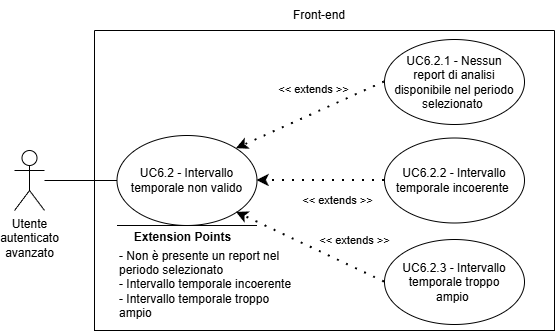
Above: assets/diagrams/UC6_2.png in SkarabGroup/DocumentazioneProgetto (draw.io), before the change. Source tidied: cells renumbered, new cells last; positions are measured from the earlier drawing's top-left corner, leaving out a move shared by most shapes. Source of this version:
```xml
<mxGraphModel>
  <root>
    <mxCell id="0" />
    <mxCell id="1" parent="0" />
    <mxCell id="2" value="Utente&lt;div&gt;&lt;span style=&quot;background-color: transparent; color: light-dark(rgb(0, 0, 0), rgb(255, 255, 255));&quot;&gt;autenticato&lt;/span&gt;&lt;/div&gt;&lt;div&gt;&lt;span style=&quot;background-color: transparent; color: light-dark(rgb(0, 0, 0), rgb(255, 255, 255));&quot;&gt;avanzato&lt;/span&gt;&lt;/div&gt;" style="shape=umlActor;verticalLabelPosition=bottom;verticalAlign=top;html=1;outlineConnect=0;align=center;" parent="1" vertex="1">
      <mxGeometry y="150" width="30" height="60" as="geometry" />
    </mxCell>
    <mxCell id="3" style="swimlane;startSize=0;" parent="1" vertex="1">
      <mxGeometry x="80" y="30" width="460" height="300" as="geometry" />
    </mxCell>
    <mxCell id="4" style="ellipse;whiteSpace=wrap;html=1;" parent="3" vertex="1">
      <mxGeometry x="22.5" y="105" width="140" height="90" as="geometry" />
    </mxCell>
    <mxCell id="5" value="&lt;div style=&quot;&quot;&gt;UC6.2 - Intervallo temporale non valido&lt;/div&gt;" style="text;html=1;align=center;verticalAlign=middle;whiteSpace=wrap;rounded=0;" parent="3" vertex="1">
      <mxGeometry x="35" y="115" width="115" height="70" as="geometry" />
    </mxCell>
    <mxCell id="6" style="ellipse;whiteSpace=wrap;html=1;" parent="3" vertex="1">
      <mxGeometry x="290" y="9" width="140" height="85" as="geometry" />
    </mxCell>
    <mxCell id="7" value="UC6.2.1 -&amp;nbsp;&lt;span style=&quot;text-align: left;&quot;&gt;Nessun report di analisi disponibile nel periodo selezionato&lt;/span&gt;&amp;nbsp;" style="text;html=1;align=center;verticalAlign=middle;whiteSpace=wrap;rounded=0;" parent="3" vertex="1">
      <mxGeometry x="295" y="16.5" width="130" height="70" as="geometry" />
    </mxCell>
    <mxCell id="8" value="&amp;lt;&amp;lt; extends &amp;gt;&amp;gt;" style="endArrow=classic;startArrow=none;endFill=1;startFill=0;html=1;verticalAlign=bottom;dashed=1;labelBackgroundColor=none;rounded=0;dashPattern=1 4;curved=0;endSize=6;strokeWidth=2;entryX=1;entryY=1;entryDx=0;entryDy=0;exitX=0;exitY=0.5;exitDx=0;exitDy=0;" parent="3" edge="1" source="9" target="4">
      <mxGeometry x="-0.5" y="-17" relative="1" as="geometry" />
    </mxCell>
    <mxCell id="9" style="ellipse;whiteSpace=wrap;html=1;" parent="3" vertex="1">
      <mxGeometry x="290" y="209" width="140" height="85" as="geometry" />
    </mxCell>
    <mxCell id="10" value="UC6.2.3 - Intervallo temporale troppo ampio&amp;nbsp;" style="text;html=1;align=center;verticalAlign=middle;whiteSpace=wrap;rounded=0;" parent="3" vertex="1">
      <mxGeometry x="295" y="216.5" width="130" height="70" as="geometry" />
    </mxCell>
    <mxCell id="11" style="endArrow=none;html=1;rounded=0;" parent="3" edge="1">
      <mxGeometry relative="1" as="geometry">
        <mxPoint x="22.5" y="195" as="sourcePoint" />
        <mxPoint x="162.5" y="195" as="targetPoint" />
      </mxGeometry>
    </mxCell>
    <mxCell id="12" value="&lt;b&gt;&lt;font style=&quot;font-size: 12px;&quot;&gt;Extension Points&lt;/font&gt;&lt;/b&gt;" style="edgeLabel;html=1;align=center;verticalAlign=middle;" parent="11" vertex="1">
      <mxGeometry x="0.65" relative="1" as="geometry">
        <mxPoint x="-50" y="11" as="offset" />
      </mxGeometry>
    </mxCell>
    <mxCell id="13" value="&lt;font style=&quot;font-size: 12px;&quot;&gt;- Non è presente un report nel periodo selezionato&lt;br&gt;&lt;/font&gt;&lt;div&gt;&lt;font style=&quot;font-size: 12px;&quot;&gt;- Intervallo temporale incoerente&lt;/font&gt;&lt;/div&gt;&lt;div&gt;&lt;font style=&quot;font-size: 12px;&quot;&gt;- Intervallo temporale troppo ampio&lt;/font&gt;&lt;/div&gt;" style="text;html=1;align=left;verticalAlign=middle;whiteSpace=wrap;rounded=0;" parent="3" vertex="1">
      <mxGeometry x="22.5" y="239" width="177.5" height="30" as="geometry" />
    </mxCell>
    <mxCell id="14" value="&amp;lt;&amp;lt; extends &amp;gt;&amp;gt;" style="endArrow=classic;startArrow=none;endFill=1;startFill=0;html=1;verticalAlign=bottom;dashed=1;labelBackgroundColor=none;rounded=0;dashPattern=1 4;curved=0;endSize=6;strokeWidth=2;entryX=1;entryY=0;entryDx=0;entryDy=0;exitX=0;exitY=0.5;exitDx=0;exitDy=0;" parent="3" edge="1" source="6" target="4">
      <mxGeometry x="-0.11" y="-14" relative="1" as="geometry" />
    </mxCell>
    <mxCell id="15" style="ellipse;whiteSpace=wrap;html=1;" parent="3" vertex="1">
      <mxGeometry x="290" y="107.5" width="140" height="85" as="geometry" />
    </mxCell>
    <mxCell id="16" value="UC6.2.2 - Intervallo temporale incoerente&amp;nbsp;" style="text;html=1;align=center;verticalAlign=middle;whiteSpace=wrap;rounded=0;" parent="3" vertex="1">
      <mxGeometry x="295" y="115" width="130" height="70" as="geometry" />
    </mxCell>
    <mxCell id="17" value="&amp;lt;&amp;lt; extends &amp;gt;&amp;gt;" style="endArrow=classic;startArrow=none;endFill=1;startFill=0;html=1;verticalAlign=bottom;dashed=1;labelBackgroundColor=none;rounded=0;dashPattern=1 4;curved=0;endSize=6;strokeWidth=2;entryX=1;entryY=0.5;entryDx=0;entryDy=0;exitX=0;exitY=0.5;exitDx=0;exitDy=0;" parent="3" edge="1" source="15" target="4">
      <mxGeometry x="-0.27" y="29" relative="1" as="geometry" />
    </mxCell>
    <mxCell id="18" value="Front-end" style="text;html=1;align=center;verticalAlign=middle;whiteSpace=wrap;rounded=0;" parent="1" vertex="1">
      <mxGeometry x="275" width="60" height="30" as="geometry" />
    </mxCell>
    <mxCell id="19" style="endArrow=none;html=1;rounded=0;entryX=0;entryY=0.5;entryDx=0;entryDy=0;" parent="1" edge="1" source="2" target="4">
      <mxGeometry relative="1" as="geometry" />
    </mxCell>
  </root>
</mxGraphModel>
```
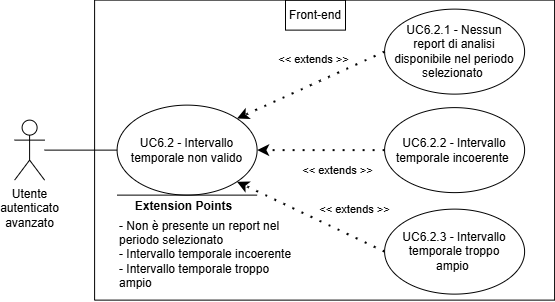
After the change.

Diff of the diagram source:
```diff
@@ -5,58 +5,58 @@
     <mxCell id="2" value="Utente&lt;div&gt;&lt;span style=&quot;background-color: transparent; color: light-dark(rgb(0, 0, 0), rgb(255, 255, 255));&quot;&gt;autenticato&lt;/span&gt;&lt;/div&gt;&lt;div&gt;&lt;span style=&quot;background-color: transparent; color: light-dark(rgb(0, 0, 0), rgb(255, 255, 255));&quot;&gt;avanzato&lt;/span&gt;&lt;/div&gt;" style="shape=umlActor;verticalLabelPosition=bottom;verticalAlign=top;html=1;outlineConnect=0;align=center;" parent="1" vertex="1">
       <mxGeometry y="150" width="30" height="60" as="geometry" />
     </mxCell>
-    <mxCell id="3" style="swimlane;startSize=0;" parent="1" vertex="1">
-      <mxGeometry x="80" y="30" width="460" height="300" as="geometry" />
-    </mxCell>
+    <mxCell id="20" style="swimlane;startSize=0;" parent="1" vertex="1">
+      <mxGeometry x="80" y="30" width="460" height="300" as="geometry" />
+    </mxCell>
-    <mxCell id="4" style="ellipse;whiteSpace=wrap;html=1;" parent="3" vertex="1">
+    <mxCell id="4" style="ellipse;whiteSpace=wrap;html=1;" parent="20" vertex="1">
       <mxGeometry x="22.5" y="105" width="140" height="90" as="geometry" />
     </mxCell>
-    <mxCell id="5" value="&lt;div style=&quot;&quot;&gt;UC6.2 - Intervallo temporale non valido&lt;/div&gt;" style="text;html=1;align=center;verticalAlign=middle;whiteSpace=wrap;rounded=0;" parent="3" vertex="1">
+    <mxCell id="5" value="&lt;div style=&quot;&quot;&gt;UC6.2 - Intervallo temporale non valido&lt;/div&gt;" style="text;html=1;align=center;verticalAlign=middle;whiteSpace=wrap;rounded=0;" parent="20" vertex="1">
       <mxGeometry x="35" y="115" width="115" height="70" as="geometry" />
     </mxCell>
-    <mxCell id="6" style="ellipse;whiteSpace=wrap;html=1;" parent="3" vertex="1">
+    <mxCell id="6" style="ellipse;whiteSpace=wrap;html=1;" parent="20" vertex="1">
       <mxGeometry x="290" y="9" width="140" height="85" as="geometry" />
     </mxCell>
-    <mxCell id="7" value="UC6.2.1 -&amp;nbsp;&lt;span style=&quot;text-align: left;&quot;&gt;Nessun report di analisi disponibile nel periodo selezionato&lt;/span&gt;&amp;nbsp;" style="text;html=1;align=center;verticalAlign=middle;whiteSpace=wrap;rounded=0;" parent="3" vertex="1">
+    <mxCell id="7" value="UC6.2.1 -&amp;nbsp;&lt;span style=&quot;text-align: left;&quot;&gt;Nessun report di analisi disponibile nel periodo selezionato&lt;/span&gt;&amp;nbsp;" style="text;html=1;align=center;verticalAlign=middle;whiteSpace=wrap;rounded=0;" parent="20" vertex="1">
       <mxGeometry x="295" y="16.5" width="130" height="70" as="geometry" />
     </mxCell>
-    <mxCell id="8" value="&amp;lt;&amp;lt; extends &amp;gt;&amp;gt;" style="endArrow=classic;startArrow=none;endFill=1;startFill=0;html=1;verticalAlign=bottom;dashed=1;labelBackgroundColor=none;rounded=0;dashPattern=1 4;curved=0;endSize=6;strokeWidth=2;entryX=1;entryY=1;entryDx=0;entryDy=0;exitX=0;exitY=0.5;exitDx=0;exitDy=0;" parent="3" edge="1" source="9" target="4">
+    <mxCell id="8" value="&amp;lt;&amp;lt; extends &amp;gt;&amp;gt;" style="endArrow=classic;startArrow=none;endFill=1;startFill=0;html=1;verticalAlign=bottom;dashed=1;labelBackgroundColor=none;rounded=0;dashPattern=1 4;curved=0;endSize=6;strokeWidth=2;entryX=1;entryY=1;entryDx=0;entryDy=0;exitX=0;exitY=0.5;exitDx=0;exitDy=0;" parent="20" edge="1" source="9" target="4">
       <mxGeometry x="-0.5" y="-17" relative="1" as="geometry" />
     </mxCell>
-    <mxCell id="9" style="ellipse;whiteSpace=wrap;html=1;" parent="3" vertex="1">
+    <mxCell id="9" style="ellipse;whiteSpace=wrap;html=1;" parent="20" vertex="1">
       <mxGeometry x="290" y="209" width="140" height="85" as="geometry" />
     </mxCell>
-    <mxCell id="10" value="UC6.2.3 - Intervallo temporale troppo ampio&amp;nbsp;" style="text;html=1;align=center;verticalAlign=middle;whiteSpace=wrap;rounded=0;" parent="3" vertex="1">
+    <mxCell id="10" value="UC6.2.3 - Intervallo temporale troppo ampio&amp;nbsp;" style="text;html=1;align=center;verticalAlign=middle;whiteSpace=wrap;rounded=0;" parent="20" vertex="1">
       <mxGeometry x="295" y="216.5" width="130" height="70" as="geometry" />
     </mxCell>
-    <mxCell id="11" style="endArrow=none;html=1;rounded=0;" parent="3" edge="1">
-      <mxGeometry relative="1" as="geometry">
-        <mxPoint x="22.5" y="195" as="sourcePoint" />
-        <mxPoint x="162.5" y="195" as="targetPoint" />
-      </mxGeometry>
-    </mxCell>
+    <mxCell id="21" style="endArrow=none;html=1;rounded=0;" parent="20" edge="1">
+      <mxGeometry relative="1" as="geometry">
+        <mxPoint x="22.5" y="195" as="sourcePoint" />
+        <mxPoint x="162.5" y="195" as="targetPoint" />
+      </mxGeometry>
+    </mxCell>
-    <mxCell id="12" value="&lt;b&gt;&lt;font style=&quot;font-size: 12px;&quot;&gt;Extension Points&lt;/font&gt;&lt;/b&gt;" style="edgeLabel;html=1;align=center;verticalAlign=middle;" parent="11" vertex="1">
+    <mxCell id="12" value="&lt;b&gt;&lt;font style=&quot;font-size: 12px;&quot;&gt;Extension Points&lt;/font&gt;&lt;/b&gt;" style="edgeLabel;html=1;align=center;verticalAlign=middle;" parent="21" vertex="1">
       <mxGeometry x="0.65" relative="1" as="geometry">
         <mxPoint x="-50" y="11" as="offset" />
       </mxGeometry>
     </mxCell>
-    <mxCell id="13" value="&lt;font style=&quot;font-size: 12px;&quot;&gt;- Non è presente un report nel periodo selezionato&lt;br&gt;&lt;/font&gt;&lt;div&gt;&lt;font style=&quot;font-size: 12px;&quot;&gt;- Intervallo temporale incoerente&lt;/font&gt;&lt;/div&gt;&lt;div&gt;&lt;font style=&quot;font-size: 12px;&quot;&gt;- Intervallo temporale troppo ampio&lt;/font&gt;&lt;/div&gt;" style="text;html=1;align=left;verticalAlign=middle;whiteSpace=wrap;rounded=0;" parent="3" vertex="1">
+    <mxCell id="13" value="&lt;font style=&quot;font-size: 12px;&quot;&gt;- Non è presente un report nel periodo selezionato&lt;br&gt;&lt;/font&gt;&lt;div&gt;&lt;font style=&quot;font-size: 12px;&quot;&gt;- Intervallo temporale incoerente&lt;/font&gt;&lt;/div&gt;&lt;div&gt;&lt;font style=&quot;font-size: 12px;&quot;&gt;- Intervallo temporale troppo ampio&lt;/font&gt;&lt;/div&gt;" style="text;html=1;align=left;verticalAlign=middle;whiteSpace=wrap;rounded=0;" parent="20" vertex="1">
       <mxGeometry x="22.5" y="239" width="177.5" height="30" as="geometry" />
     </mxCell>
-    <mxCell id="14" value="&amp;lt;&amp;lt; extends &amp;gt;&amp;gt;" style="endArrow=classic;startArrow=none;endFill=1;startFill=0;html=1;verticalAlign=bottom;dashed=1;labelBackgroundColor=none;rounded=0;dashPattern=1 4;curved=0;endSize=6;strokeWidth=2;entryX=1;entryY=0;entryDx=0;entryDy=0;exitX=0;exitY=0.5;exitDx=0;exitDy=0;" parent="3" edge="1" source="6" target="4">
+    <mxCell id="14" value="&amp;lt;&amp;lt; extends &amp;gt;&amp;gt;" style="endArrow=classic;startArrow=none;endFill=1;startFill=0;html=1;verticalAlign=bottom;dashed=1;labelBackgroundColor=none;rounded=0;dashPattern=1 4;curved=0;endSize=6;strokeWidth=2;entryX=1;entryY=0;entryDx=0;entryDy=0;exitX=0;exitY=0.5;exitDx=0;exitDy=0;" parent="20" edge="1" source="6" target="4">
       <mxGeometry x="-0.11" y="-14" relative="1" as="geometry" />
     </mxCell>
-    <mxCell id="15" style="ellipse;whiteSpace=wrap;html=1;" parent="3" vertex="1">
+    <mxCell id="15" style="ellipse;whiteSpace=wrap;html=1;" parent="20" vertex="1">
       <mxGeometry x="290" y="107.5" width="140" height="85" as="geometry" />
     </mxCell>
-    <mxCell id="16" value="UC6.2.2 - Intervallo temporale incoerente&amp;nbsp;" style="text;html=1;align=center;verticalAlign=middle;whiteSpace=wrap;rounded=0;" parent="3" vertex="1">
+    <mxCell id="16" value="UC6.2.2 - Intervallo temporale incoerente&amp;nbsp;" style="text;html=1;align=center;verticalAlign=middle;whiteSpace=wrap;rounded=0;" parent="20" vertex="1">
       <mxGeometry x="295" y="115" width="130" height="70" as="geometry" />
     </mxCell>
-    <mxCell id="17" value="&amp;lt;&amp;lt; extends &amp;gt;&amp;gt;" style="endArrow=classic;startArrow=none;endFill=1;startFill=0;html=1;verticalAlign=bottom;dashed=1;labelBackgroundColor=none;rounded=0;dashPattern=1 4;curved=0;endSize=6;strokeWidth=2;entryX=1;entryY=0.5;entryDx=0;entryDy=0;exitX=0;exitY=0.5;exitDx=0;exitDy=0;" parent="3" edge="1" source="15" target="4">
+    <mxCell id="17" value="&amp;lt;&amp;lt; extends &amp;gt;&amp;gt;" style="endArrow=classic;startArrow=none;endFill=1;startFill=0;html=1;verticalAlign=bottom;dashed=1;labelBackgroundColor=none;rounded=0;dashPattern=1 4;curved=0;endSize=6;strokeWidth=2;entryX=1;entryY=0.5;entryDx=0;entryDy=0;exitX=0;exitY=0.5;exitDx=0;exitDy=0;" parent="20" edge="1" source="15" target="4">
       <mxGeometry x="-0.27" y="29" relative="1" as="geometry" />
     </mxCell>
-    <mxCell id="18" value="Front-end" style="text;html=1;align=center;verticalAlign=middle;whiteSpace=wrap;rounded=0;" parent="1" vertex="1">
-      <mxGeometry x="275" width="60" height="30" as="geometry" />
+    <mxCell id="18" value="Front-end" style="text;html=1;align=center;verticalAlign=middle;whiteSpace=wrap;rounded=0;perimeterSpacing=1;strokeColor=default;" parent="20" vertex="1">
+      <mxGeometry x="190.9" width="60" height="30" as="geometry" />
     </mxCell>
     <mxCell id="19" style="endArrow=none;html=1;rounded=0;entryX=0;entryY=0.5;entryDx=0;entryDy=0;" parent="1" edge="1" source="2" target="4">
       <mxGeometry relative="1" as="geometry" />
```
